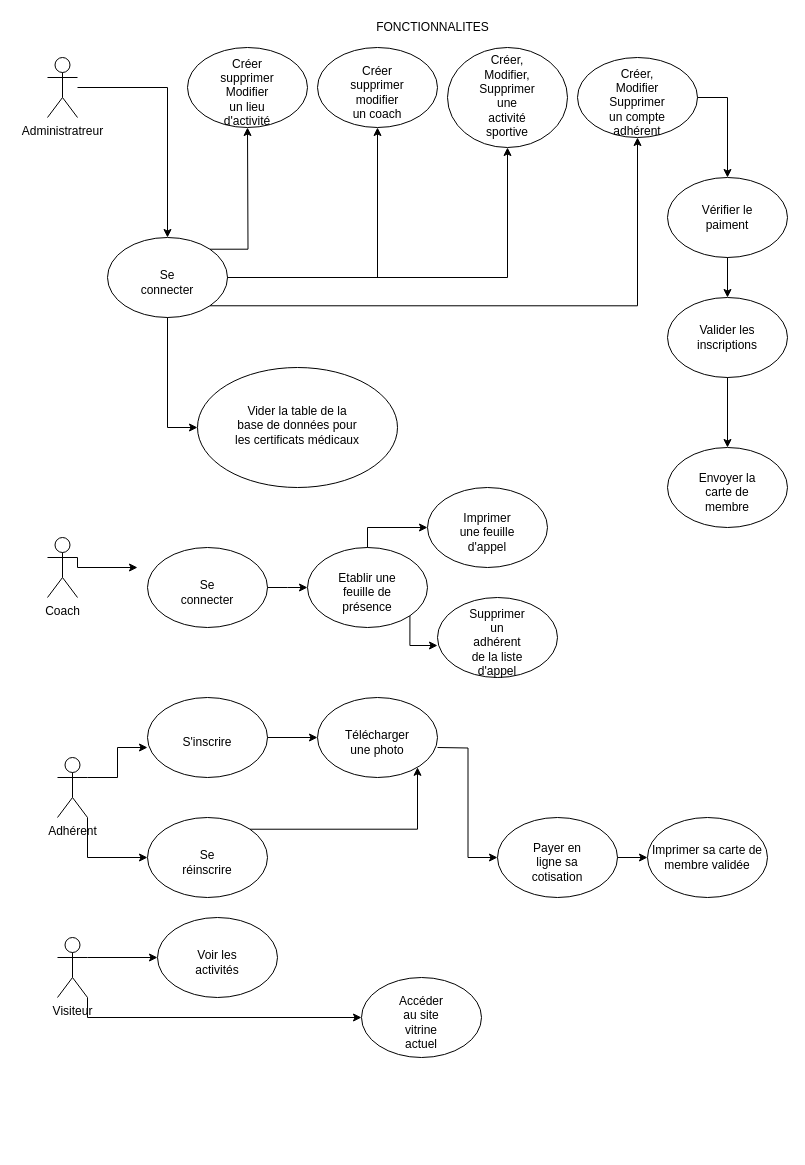
The draw.io diagram asdec/Fonctionnalités2.drawio in cyrisa02/diagrammes-UML, before the edit. Source tidied: cells renumbered, new cells numbered last; positions are measured from the earlier drawing's top-left corner, leaving out a move shared by most shapes. Both pictures are drawn from the tidied source at 100%, with x=0, y=0 at pixel (47, 17).
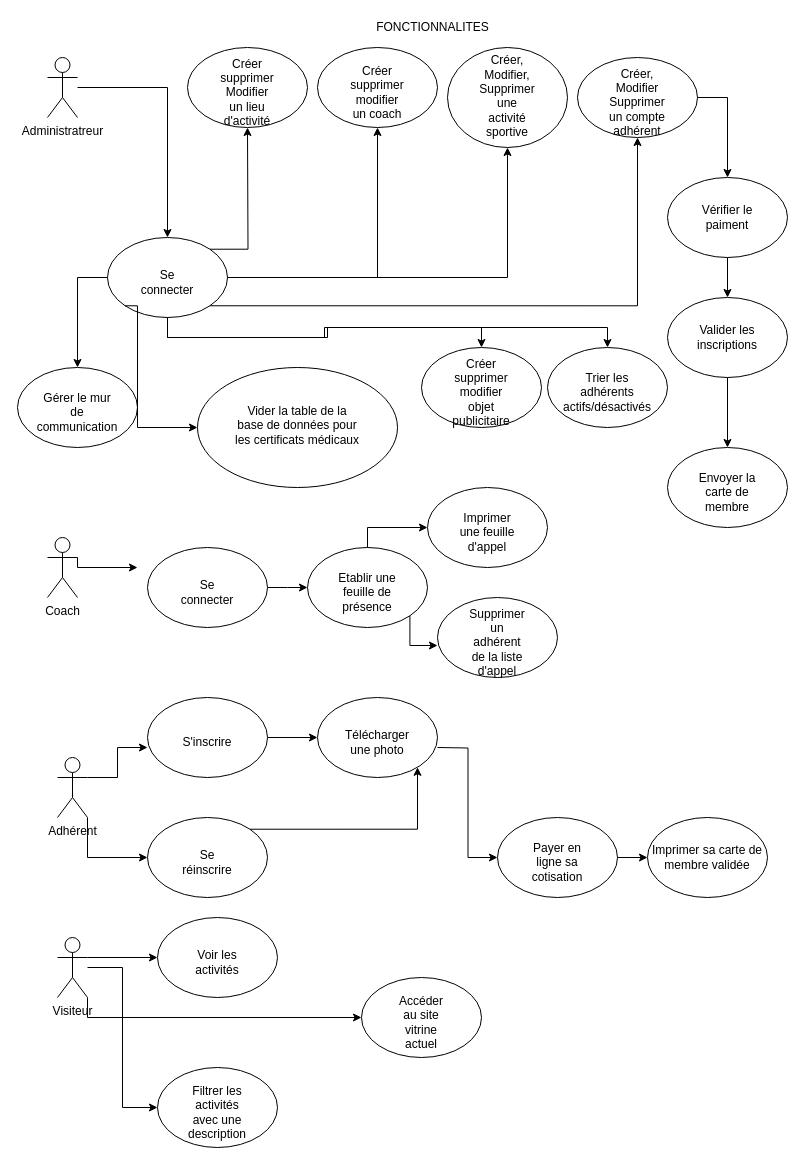
After the change.

Commit message:
Mettre à jour Fonctionnalités2.drawio

Unchanged cells that the change refers to:
```xml
<mxCell id="9" value="Visiteur" style="shape=umlActor;verticalLabelPosition=bottom;verticalAlign=top;html=1;outlineConnect=0;" parent="1" vertex="1">
  <mxGeometry x="10" y="920" width="30" height="60" as="geometry" />
</mxCell>
<mxCell id="13" style="ellipse;whiteSpace=wrap;html=1;" parent="12" vertex="1">
  <mxGeometry width="120" height="80" as="geometry" />
</mxCell>
<mxCell id="82" style="ellipse;whiteSpace=wrap;html=1;" parent="81" vertex="1">
  <mxGeometry width="200" height="120" as="geometry" />
</mxCell>
```

Change to the diagram source:
```diff
@@
+    <mxCell id="86" style="edgeStyle=orthogonalEdgeStyle;rounded=0;jettySize=auto;html=1;entryX=0;entryY=0.5;entryDx=0;entryDy=0;" parent="1" edge="1" source="9" target="100">
+      <mxGeometry relative="1" as="geometry" />
+    </mxCell>
@@
+    <mxCell id="85" value="FONCTIONNALITES" style="text;html=1;align=center;verticalAlign=middle;fillColor=none;strokeColor=none;rounded=0;" parent="1" vertex="1">
+      <mxGeometry x="320" width="130" height="20" as="geometry" />
+    </mxCell>
+    <mxCell id="87" style="ellipse;whiteSpace=wrap;html=1;" parent="1" vertex="1">
+      <mxGeometry x="374" y="330" width="120" height="80" as="geometry" />
+    </mxCell>
+    <mxCell id="88" style="group;" parent="1" vertex="1">
+      <mxGeometry x="374" y="330" width="120" height="80" as="geometry" />
+    </mxCell>
+    <mxCell id="89" value="Créer supprimer modifier objet publicitaire" style="text;html=1;strokeColor=none;fillColor=none;align=center;verticalAlign=middle;whiteSpace=wrap;rounded=0;" parent="88" vertex="1">
+      <mxGeometry x="30" y="30" width="60" height="30" as="geometry" />
+    </mxCell>
+    <mxCell id="90" style="ellipse;whiteSpace=wrap;html=1;" parent="1" vertex="1">
+      <mxGeometry x="-30" y="350" width="120" height="80" as="geometry" />
+    </mxCell>
+    <mxCell id="91" style="group;" parent="1" vertex="1">
+      <mxGeometry x="-30" y="350" width="120" height="80" as="geometry" />
+    </mxCell>
+    <mxCell id="92" value="Gérer le mur de communication" style="text;html=1;strokeColor=none;fillColor=none;align=center;verticalAlign=middle;whiteSpace=wrap;rounded=0;" parent="91" vertex="1">
+      <mxGeometry x="30" y="30" width="60" height="30" as="geometry" />
+    </mxCell>
+    <mxCell id="93" style="edgeStyle=orthogonalEdgeStyle;rounded=0;jettySize=auto;html=1;exitX=0;exitY=0.5;exitDx=0;exitDy=0;" parent="1" edge="1" source="13" target="90">
+      <mxGeometry relative="1" as="geometry" />
+    </mxCell>
-    <mxCell id="84" style="edgeStyle=orthogonalEdgeStyle;rounded=0;jettySize=auto;html=1;exitX=0.5;exitY=1;exitDx=0;exitDy=0;entryX=0;entryY=0.5;entryDx=0;entryDy=0;" parent="1" edge="1" source="13" target="82">
-      <mxGeometry relative="1" as="geometry" />
+    <mxCell id="84" style="edgeStyle=orthogonalEdgeStyle;rounded=0;jettySize=auto;html=1;exitX=0;exitY=1;exitDx=0;exitDy=0;entryX=0;entryY=0.5;entryDx=0;entryDy=0;" parent="1" edge="1" source="13" target="82">
+      <mxGeometry relative="1" as="geometry">
+        <Array as="points">
+          <mxPoint x="90" y="288" />
+          <mxPoint x="90" y="410" />
+        </Array>
+      </mxGeometry>
     </mxCell>
-    <mxCell id="85" value="FONCTIONNALITES" style="text;html=1;align=center;verticalAlign=middle;fillColor=none;strokeColor=none;rounded=0;" parent="1" vertex="1">
-      <mxGeometry x="320" width="130" height="20" as="geometry" />
-    </mxCell>
+    <mxCell id="94" style="edgeStyle=orthogonalEdgeStyle;rounded=0;jettySize=auto;html=1;exitX=0.5;exitY=1;exitDx=0;exitDy=0;" parent="1" edge="1" source="13" target="87">
+      <mxGeometry relative="1" as="geometry" />
+    </mxCell>
+    <mxCell id="95" style="ellipse;whiteSpace=wrap;html=1;" parent="1" vertex="1">
+      <mxGeometry x="500" y="330" width="120" height="80" as="geometry" />
+    </mxCell>
+    <mxCell id="96" style="group;" parent="1" vertex="1">
+      <mxGeometry x="500" y="330" width="120" height="80" as="geometry" />
+    </mxCell>
+    <mxCell id="97" value="Trier les adhérents actifs/désactivés" style="text;html=1;strokeColor=none;fillColor=none;align=center;verticalAlign=middle;whiteSpace=wrap;rounded=0;" parent="96" vertex="1">
+      <mxGeometry x="30" y="30" width="60" height="30" as="geometry" />
+    </mxCell>
+    <mxCell id="98" style="edgeStyle=orthogonalEdgeStyle;rounded=0;jettySize=auto;html=1;exitX=0.5;exitY=1;exitDx=0;exitDy=0;" parent="1" edge="1" source="13">
+      <mxGeometry relative="1" as="geometry">
+        <mxPoint x="560" y="330" as="targetPoint" />
+        <Array as="points">
+          <mxPoint x="120" y="320" />
+          <mxPoint x="280" y="320" />
+          <mxPoint x="280" y="310" />
+          <mxPoint x="560" y="310" />
+        </Array>
+      </mxGeometry>
+    </mxCell>
+    <mxCell id="99" style="group;" parent="1" vertex="1">
+      <mxGeometry x="110" y="1050" width="120" height="80" as="geometry" />
+    </mxCell>
+    <mxCell id="100" style="ellipse;whiteSpace=wrap;html=1;" parent="99" vertex="1">
+      <mxGeometry width="120" height="80" as="geometry" />
+    </mxCell>
+    <mxCell id="101" value="Filtrer les activités avec une description" style="text;html=1;strokeColor=none;fillColor=none;align=center;verticalAlign=middle;whiteSpace=wrap;rounded=0;" parent="99" vertex="1">
+      <mxGeometry x="30" y="30" width="60" height="30" as="geometry" />
+    </mxCell>
```
